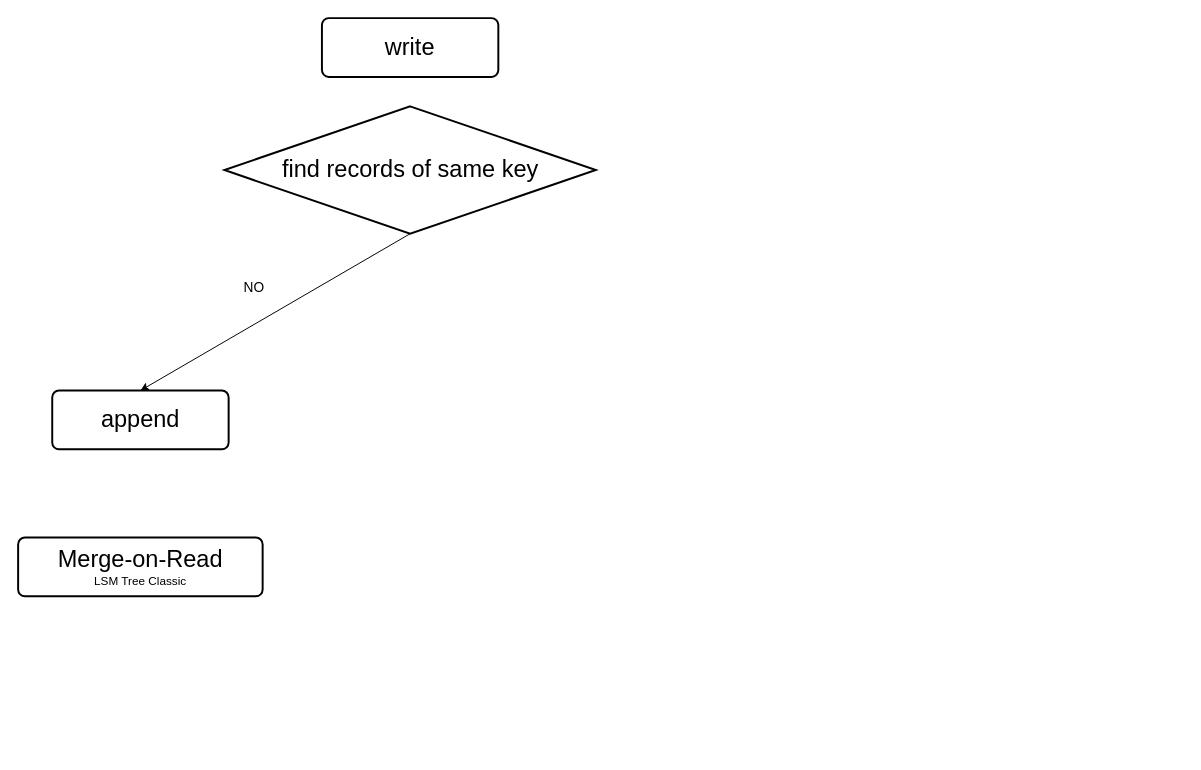
gohalo/mind keeps this draw.io diagram as page "更新流程" (1 of 3) of database/Doris/Storage.drawio. Above is the earlier version. Source tidied: cells renumbered, new cells numbered last; positions are measured from the earlier drawing's top-left corner, leaving out a move shared by most shapes. Both pictures are drawn from the tidied source at 98%, with x=0, y=0 at pixel (18, 18).
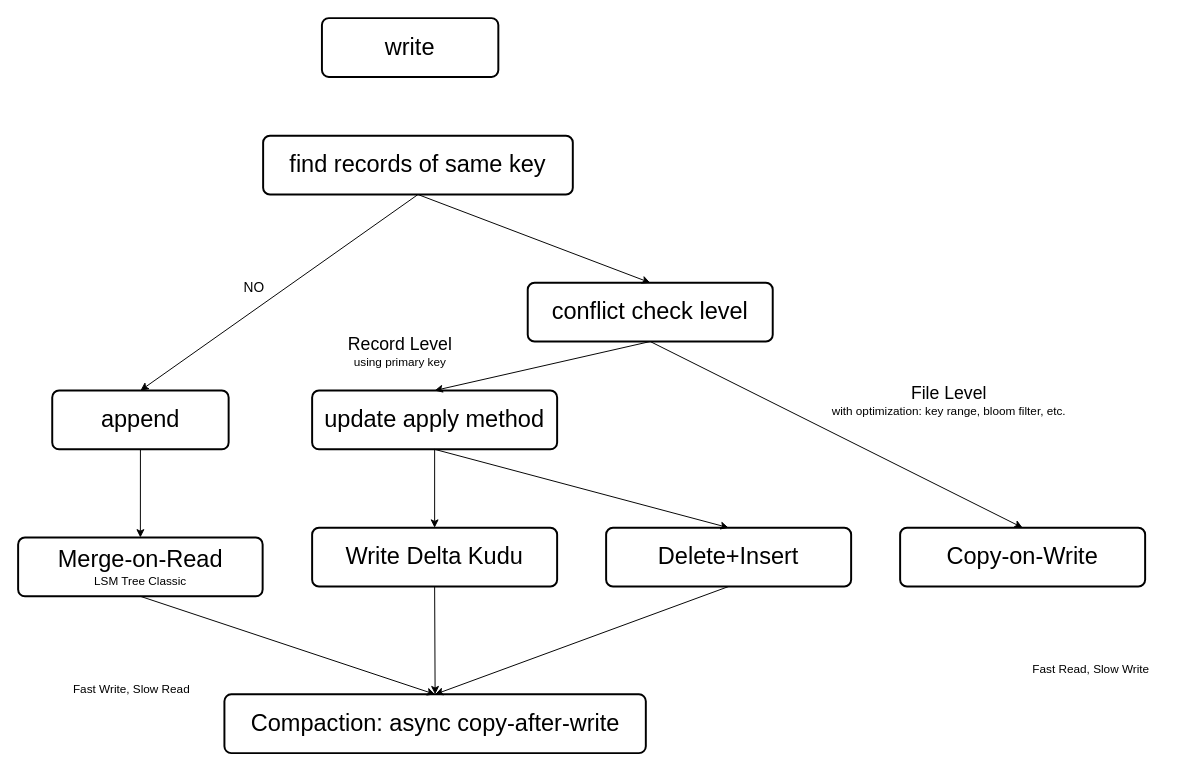
Above is the later version.

The change refers to these unchanged cells:
```xml
<mxCell id="4" value="&lt;font style=&quot;&quot;&gt;&lt;span style=&quot;font-size: 24px;&quot;&gt;append&lt;/span&gt;&lt;br&gt;&lt;/font&gt;" style="rounded=1;whiteSpace=wrap;html=1;absoluteArcSize=1;arcSize=14;strokeWidth=2;" parent="1" vertex="1">
  <mxGeometry x="34.8" y="380" width="180" height="60" as="geometry" />
</mxCell>
<mxCell id="5" value="&lt;font style=&quot;&quot;&gt;&lt;span style=&quot;font-size: 24px;&quot;&gt;Merge-on-Read&lt;br&gt;&lt;/span&gt;LSM Tree Classic&lt;br&gt;&lt;/font&gt;" style="rounded=1;whiteSpace=wrap;html=1;absoluteArcSize=1;arcSize=14;strokeWidth=2;" parent="1" vertex="1">
  <mxGeometry y="530" width="249.5" height="60" as="geometry" />
</mxCell>
```

The edit, as a diff of the source:
```diff
@@
-    <mxCell id="3" value="&lt;font style=&quot;font-size: 24px;&quot;&gt;find records of same key&lt;/font&gt;" style="strokeWidth=2;html=1;shape=mxgraph.flowchart.decision;whiteSpace=wrap;" parent="1" vertex="1">
-      <mxGeometry x="210.5" y="90" width="379" height="130" as="geometry" />
-    </mxCell>
@@
-    <mxCell id="6" style="endArrow=classic;html=1;rounded=0;entryX=0.5;entryY=0;entryDx=0;entryDy=0;exitX=0.5;exitY=1;exitDx=0;exitDy=0;exitPerimeter=0;" parent="1" edge="1" source="3" target="4">
+    <mxCell id="6" style="endArrow=classic;html=1;rounded=0;entryX=0.5;entryY=0;entryDx=0;entryDy=0;exitX=0.5;exitY=1;exitDx=0;exitDy=0;" parent="1" edge="1" source="3" target="4">
       <mxGeometry relative="1" as="geometry" />
     </mxCell>
@@
+    <mxCell id="8" value="&lt;font style=&quot;&quot;&gt;&lt;font style=&quot;font-size: 24px;&quot;&gt;conflict check level&lt;/font&gt;&lt;br&gt;&lt;/font&gt;" style="rounded=1;whiteSpace=wrap;html=1;absoluteArcSize=1;arcSize=14;strokeWidth=2;" parent="1" vertex="1">
+      <mxGeometry x="520" y="270" width="250" height="60" as="geometry" />
+    </mxCell>
+    <mxCell id="3" value="&lt;font style=&quot;&quot;&gt;&lt;font style=&quot;font-size: 24px;&quot;&gt;find records of same key&lt;/font&gt;&lt;br&gt;&lt;/font&gt;" style="rounded=1;whiteSpace=wrap;html=1;absoluteArcSize=1;arcSize=14;strokeWidth=2;" parent="1" vertex="1">
+      <mxGeometry x="250" y="120" width="316" height="60" as="geometry" />
+    </mxCell>
+    <mxCell id="9" value="&lt;font style=&quot;&quot;&gt;&lt;font style=&quot;font-size: 24px;&quot;&gt;update apply method&lt;/font&gt;&lt;br&gt;&lt;/font&gt;" style="rounded=1;whiteSpace=wrap;html=1;absoluteArcSize=1;arcSize=14;strokeWidth=2;" parent="1" vertex="1">
+      <mxGeometry x="300" y="380" width="250" height="60" as="geometry" />
+    </mxCell>
+    <mxCell id="10" value="&lt;font style=&quot;&quot;&gt;&lt;font style=&quot;font-size: 24px;&quot;&gt;Write Delta Kudu&lt;/font&gt;&lt;br&gt;&lt;/font&gt;" style="rounded=1;whiteSpace=wrap;html=1;absoluteArcSize=1;arcSize=14;strokeWidth=2;" parent="1" vertex="1">
+      <mxGeometry x="300" y="520" width="250" height="60" as="geometry" />
+    </mxCell>
+    <mxCell id="11" value="&lt;font style=&quot;&quot;&gt;&lt;font style=&quot;font-size: 24px;&quot;&gt;Delete+Insert&lt;/font&gt;&lt;br&gt;&lt;/font&gt;" style="rounded=1;whiteSpace=wrap;html=1;absoluteArcSize=1;arcSize=14;strokeWidth=2;" parent="1" vertex="1">
+      <mxGeometry x="600" y="520" width="250" height="60" as="geometry" />
+    </mxCell>
+    <mxCell id="12" value="&lt;font style=&quot;&quot;&gt;&lt;font style=&quot;font-size: 24px;&quot;&gt;Copy-on-Write&lt;/font&gt;&lt;br&gt;&lt;/font&gt;" style="rounded=1;whiteSpace=wrap;html=1;absoluteArcSize=1;arcSize=14;strokeWidth=2;" parent="1" vertex="1">
+      <mxGeometry x="900" y="520" width="250" height="60" as="geometry" />
+    </mxCell>
+    <mxCell id="13" value="&lt;font style=&quot;font-size: 18px;&quot;&gt;File Level&lt;/font&gt;&lt;br&gt;with optimization: key range, bloom filter, etc." style="text;html=1;strokeColor=none;fillColor=none;align=center;verticalAlign=middle;whiteSpace=wrap;rounded=0;" parent="1" vertex="1">
+      <mxGeometry x="820" y="370" width="260" height="40" as="geometry" />
+    </mxCell>
+    <mxCell id="14" value="&lt;font style=&quot;font-size: 18px;&quot;&gt;Record Level&lt;/font&gt;&lt;br&gt;using primary key" style="text;html=1;strokeColor=none;fillColor=none;align=center;verticalAlign=middle;whiteSpace=wrap;rounded=0;" parent="1" vertex="1">
+      <mxGeometry x="260" y="320" width="260" height="40" as="geometry" />
+    </mxCell>
+    <mxCell id="15" value="Fast Write, Slow Read" style="text;html=1;strokeColor=none;fillColor=none;align=center;verticalAlign=middle;whiteSpace=wrap;rounded=0;" parent="1" vertex="1">
+      <mxGeometry x="20.5" y="670" width="190" height="30" as="geometry" />
+    </mxCell>
+    <mxCell id="16" value="Fast Read, Slow Write" style="text;html=1;strokeColor=none;fillColor=none;align=center;verticalAlign=middle;whiteSpace=wrap;rounded=0;" parent="1" vertex="1">
+      <mxGeometry x="1000" y="650" width="190" height="30" as="geometry" />
+    </mxCell>
+    <mxCell id="17" value="&lt;font style=&quot;&quot;&gt;&lt;font style=&quot;font-size: 24px;&quot;&gt;Compaction: async copy-after-write&lt;/font&gt;&lt;br&gt;&lt;/font&gt;" style="rounded=1;whiteSpace=wrap;html=1;absoluteArcSize=1;arcSize=14;strokeWidth=2;" parent="1" vertex="1">
+      <mxGeometry x="210.5" y="690" width="430" height="60" as="geometry" />
+    </mxCell>
+    <mxCell id="18" style="endArrow=classic;html=1;rounded=0;entryX=0.5;entryY=0;entryDx=0;entryDy=0;exitX=0.5;exitY=1;exitDx=0;exitDy=0;" parent="1" edge="1" source="3" target="8">
+      <mxGeometry relative="1" as="geometry" />
+    </mxCell>
+    <mxCell id="19" style="endArrow=classic;html=1;rounded=0;entryX=0.5;entryY=0;entryDx=0;entryDy=0;exitX=0.5;exitY=1;exitDx=0;exitDy=0;" parent="1" edge="1" source="8" target="9">
+      <mxGeometry relative="1" as="geometry" />
+    </mxCell>
+    <mxCell id="20" style="endArrow=classic;html=1;rounded=0;entryX=0.5;entryY=0;entryDx=0;entryDy=0;exitX=0.5;exitY=1;exitDx=0;exitDy=0;" parent="1" edge="1" source="8" target="12">
+      <mxGeometry relative="1" as="geometry" />
+    </mxCell>
+    <mxCell id="21" style="endArrow=classic;html=1;rounded=0;entryX=0.5;entryY=0;entryDx=0;entryDy=0;exitX=0.5;exitY=1;exitDx=0;exitDy=0;" parent="1" edge="1" source="9" target="10">
+      <mxGeometry relative="1" as="geometry" />
+    </mxCell>
+    <mxCell id="22" style="endArrow=classic;html=1;rounded=0;entryX=0.5;entryY=0;entryDx=0;entryDy=0;exitX=0.5;exitY=1;exitDx=0;exitDy=0;" parent="1" edge="1" source="9" target="11">
+      <mxGeometry relative="1" as="geometry" />
+    </mxCell>
+    <mxCell id="23" style="endArrow=classic;html=1;rounded=0;entryX=0.5;entryY=0;entryDx=0;entryDy=0;exitX=0.5;exitY=1;exitDx=0;exitDy=0;" parent="1" edge="1" source="4" target="5">
+      <mxGeometry relative="1" as="geometry" />
+    </mxCell>
+    <mxCell id="24" style="endArrow=classic;html=1;rounded=0;entryX=0.5;entryY=0;entryDx=0;entryDy=0;exitX=0.5;exitY=1;exitDx=0;exitDy=0;" parent="1" edge="1" source="5" target="17">
+      <mxGeometry relative="1" as="geometry" />
+    </mxCell>
+    <mxCell id="25" style="endArrow=classic;html=1;rounded=0;entryX=0.5;entryY=0;entryDx=0;entryDy=0;exitX=0.5;exitY=1;exitDx=0;exitDy=0;" parent="1" edge="1" source="11" target="17">
+      <mxGeometry relative="1" as="geometry" />
+    </mxCell>
+    <mxCell id="26" style="endArrow=classic;html=1;rounded=0;entryX=0.5;entryY=0;entryDx=0;entryDy=0;exitX=0.5;exitY=1;exitDx=0;exitDy=0;" parent="1" edge="1" source="10" target="17">
+      <mxGeometry relative="1" as="geometry" />
+    </mxCell>
```
